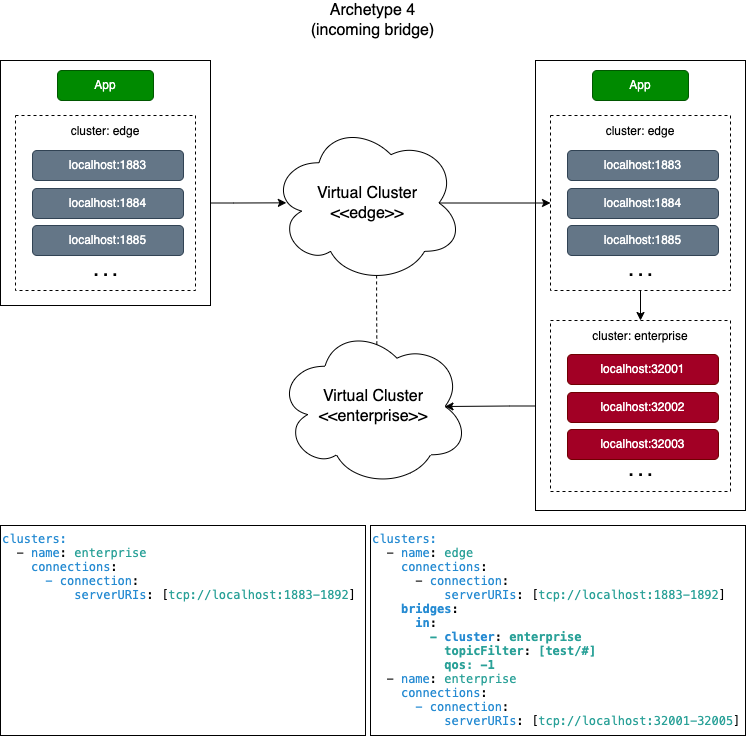
Before: images/mqtt-archetype4.drawio.png, a diagram exported from draw.io (padogrid/bundle-mosquitto-tutorial-virtual-clusters). Source tidied: cells renumbered, new cells last; positions are measured from the earlier drawing's top-left corner, leaving out a move shared by most shapes.
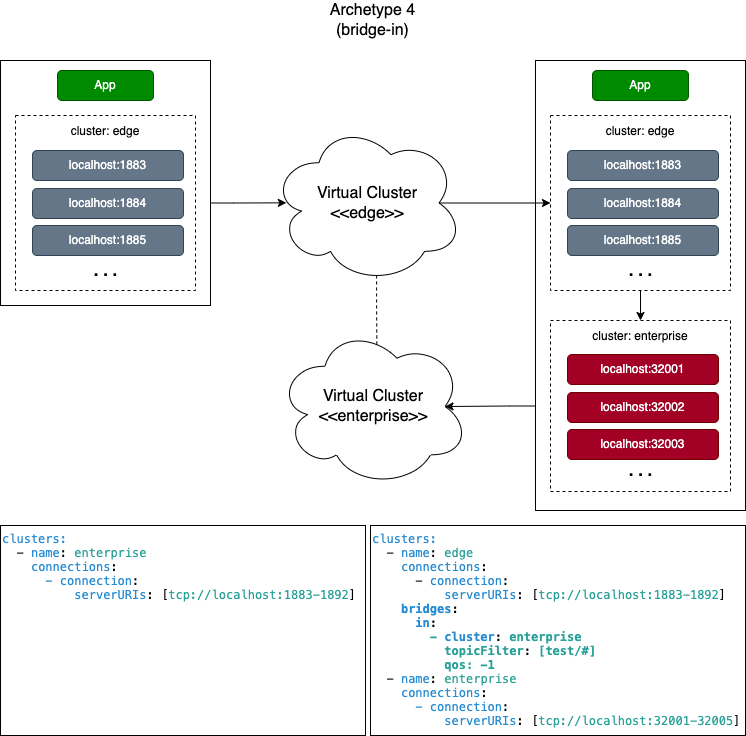
After the commit.

Diff of the diagram source:
```diff
@@ -2,7 +2,7 @@
   <root>
     <mxCell id="0" />
     <mxCell id="1" parent="0" />
-    <mxCell id="2" value="Archetype 4&lt;br&gt;(incoming bridge)" style="text;html=1;strokeColor=none;fillColor=none;align=center;verticalAlign=middle;whiteSpace=wrap;rounded=0;fontSize=16;fontColor=#000000;" parent="1" vertex="1">
+    <mxCell id="2" value="Archetype 4&lt;br&gt;(bridge-in)" style="text;html=1;strokeColor=none;fillColor=none;align=center;verticalAlign=middle;whiteSpace=wrap;rounded=0;fontSize=16;fontColor=#000000;" parent="1" vertex="1">
       <mxGeometry x="150" width="445" height="40" as="geometry" />
     </mxCell>
     <mxCell id="3" value="&lt;p style=&quot;margin: 0px; font-variant-numeric: normal; font-variant-east-asian: normal; font-stretch: normal; line-height: normal; font-family: Menlo; color: rgb(38, 139, 210);&quot; class=&quot;p1&quot;&gt;&lt;font style=&quot;font-size: 12px;&quot;&gt;clusters:&lt;/font&gt;&lt;/p&gt;&lt;p style=&quot;margin: 0px; font-variant-numeric: normal; font-variant-east-asian: normal; font-stretch: normal; line-height: normal; font-family: Menlo;&quot; class=&quot;p2&quot;&gt;&lt;font style=&quot;font-size: 12px;&quot;&gt;&lt;span class=&quot;Apple-converted-space&quot;&gt;&amp;nbsp; &lt;/span&gt;- &lt;span style=&quot;color: rgb(38, 139, 210);&quot; class=&quot;s2&quot;&gt;name&lt;/span&gt;: &lt;span style=&quot;color: rgb(42, 161, 152);&quot; class=&quot;s3&quot;&gt;edge&lt;/span&gt;&lt;/font&gt;&lt;/p&gt;&lt;p style=&quot;margin: 0px; font-variant-numeric: normal; font-variant-east-asian: normal; font-stretch: normal; line-height: normal; font-family: Menlo;&quot; class=&quot;p2&quot;&gt;&lt;font style=&quot;font-size: 12px;&quot;&gt;&lt;span style=&quot;color: rgb(42, 161, 152);&quot; class=&quot;s3&quot;&gt;&amp;nbsp; &amp;nbsp;&amp;nbsp;&lt;span style=&quot;color: rgb(38, 139, 210);&quot;&gt;connections&lt;/span&gt;&lt;span style=&quot;border-color: var(--border-color); color: rgb(0, 0, 0);&quot; class=&quot;s1&quot;&gt;:&lt;/span&gt;&lt;br&gt;&lt;/span&gt;&lt;/font&gt;&lt;/p&gt;&lt;p style=&quot;margin: 0px; font-variant-numeric: normal; font-variant-east-asian: normal; font-stretch: normal; line-height: normal; font-family: Menlo; color: rgb(38, 139, 210);&quot; class=&quot;p1&quot;&gt;&lt;font style=&quot;font-size: 12px;&quot;&gt;&lt;span style=&quot;color: rgb(0, 0, 0);&quot; class=&quot;s1&quot;&gt;&amp;nbsp; &amp;nbsp; &amp;nbsp; -&amp;nbsp;&lt;/span&gt;connection&lt;span style=&quot;color: rgb(0, 0, 0);&quot; class=&quot;s1&quot;&gt;:&lt;/span&gt;&lt;/font&gt;&lt;/p&gt;&lt;p style=&quot;margin: 0px; font-variant-numeric: normal; font-variant-east-asian: normal; font-stretch: normal; line-height: normal; font-family: Menlo; color: rgb(42, 161, 152);&quot; class=&quot;p3&quot;&gt;&lt;font style=&quot;font-size: 12px;&quot;&gt;&lt;span style=&quot;color: rgb(0, 0, 0);&quot; class=&quot;s1&quot;&gt;&amp;nbsp; &amp;nbsp; &amp;nbsp; &amp;nbsp; &amp;nbsp;&amp;nbsp;&lt;/span&gt;&lt;span style=&quot;color: rgb(38, 139, 210);&quot; class=&quot;s2&quot;&gt;serverURIs&lt;/span&gt;&lt;span style=&quot;color: rgb(0, 0, 0);&quot; class=&quot;s1&quot;&gt;: [&lt;/span&gt;tcp://localhost:1883-1892&lt;span style=&quot;color: rgb(0, 0, 0);&quot; class=&quot;s1&quot;&gt;]&lt;/span&gt;&lt;/font&gt;&lt;/p&gt;&lt;p style=&quot;margin: 0px; font-variant-numeric: normal; font-variant-east-asian: normal; font-stretch: normal; line-height: normal; font-family: Menlo; color: rgb(42, 161, 152);&quot; class=&quot;p3&quot;&gt;&lt;span style=&quot;color: rgb(0, 0, 0); background-color: initial;&quot;&gt;&amp;nbsp; &amp;nbsp; &lt;/span&gt;&lt;b&gt;&lt;span style=&quot;background-color: initial; border-color: var(--border-color); color: rgb(38, 139, 210);&quot; class=&quot;s2&quot;&gt;bridges&lt;/span&gt;&lt;span style=&quot;color: rgb(0, 0, 0); background-color: initial; border-color: var(--border-color);&quot; class=&quot;s1&quot;&gt;:&lt;/span&gt;&lt;br&gt;&lt;/b&gt;&lt;/p&gt;&lt;p style=&quot;margin: 0px; font-variant-numeric: normal; font-variant-east-asian: normal; font-stretch: normal; line-height: normal; font-family: Menlo; color: rgb(42, 161, 152);&quot; class=&quot;p3&quot;&gt;&lt;b&gt;&lt;span style=&quot;color: rgb(0, 0, 0); background-color: initial; border-color: var(--border-color);&quot; class=&quot;s1&quot;&gt;&lt;/span&gt;&lt;/b&gt;&lt;/p&gt;&lt;p style=&quot;border-color: var(--border-color); font-variant-numeric: normal; font-variant-east-asian: normal; font-stretch: normal; line-height: normal; font-family: Menlo; margin: 0px; color: rgb(42, 161, 152);&quot; class=&quot;p3&quot;&gt;&lt;font style=&quot;border-color: var(--border-color);&quot;&gt;&lt;b&gt;&amp;nbsp; &amp;nbsp; &amp;nbsp;&amp;nbsp;&lt;span style=&quot;border-color: var(--border-color); color: rgb(38, 139, 210);&quot; class=&quot;s2&quot;&gt;in&lt;/span&gt;&lt;span style=&quot;border-color: var(--border-color); color: rgb(0, 0, 0);&quot; class=&quot;s1&quot;&gt;:&lt;/span&gt;&lt;/b&gt;&lt;/font&gt;&lt;/p&gt;&lt;p style=&quot;border-color: var(--border-color); font-variant-numeric: normal; font-variant-east-asian: normal; font-stretch: normal; line-height: normal; font-family: Menlo; margin: 0px; color: rgb(42, 161, 152);&quot; class=&quot;p3&quot;&gt;&lt;font style=&quot;border-color: var(--border-color);&quot;&gt;&lt;b&gt;&lt;span style=&quot;border-color: var(--border-color); color: rgb(0, 0, 0);&quot; class=&quot;s1&quot;&gt;&lt;/span&gt;&lt;/b&gt;&lt;/font&gt;&lt;/p&gt;&lt;p style=&quot;border-color: var(--border-color); font-variant-numeric: normal; font-variant-east-asian: normal; font-stretch: normal; line-height: normal; font-family: Menlo; margin: 0px; color: rgb(42, 161, 152);&quot; class=&quot;p3&quot;&gt;&lt;font style=&quot;border-color: var(--border-color);&quot;&gt;&lt;b&gt;&amp;nbsp; &amp;nbsp; &amp;nbsp; &amp;nbsp; -&amp;nbsp;&lt;span style=&quot;border-color: var(--border-color); color: rgb(38, 139, 210);&quot; class=&quot;s2&quot;&gt;cluster&lt;/span&gt;&lt;span style=&quot;border-color: var(--border-color); color: rgb(0, 0, 0);&quot; class=&quot;s1&quot;&gt;: &lt;/span&gt;enterprise&lt;/b&gt;&lt;/font&gt;&lt;/p&gt;&lt;p style=&quot;border-color: var(--border-color); font-variant-numeric: normal; font-variant-east-asian: normal; font-stretch: normal; line-height: normal; font-family: Menlo; margin: 0px; color: rgb(42, 161, 152);&quot; class=&quot;p3&quot;&gt;&lt;b&gt;&lt;font style=&quot;border-color: var(--border-color);&quot;&gt;&lt;/font&gt;&lt;/b&gt;&lt;/p&gt;&lt;p style=&quot;border-color: var(--border-color); font-variant-numeric: normal; font-variant-east-asian: normal; font-stretch: normal; line-height: normal; font-family: Menlo; margin: 0px; color: rgb(42, 161, 152);&quot; class=&quot;p3&quot;&gt;&lt;font style=&quot;border-color: var(--border-color);&quot;&gt;&lt;b&gt;&amp;nbsp; &amp;nbsp; &amp;nbsp; &amp;nbsp; &amp;nbsp; topicFilter&lt;span style=&quot;border-color: var(--border-color); color: rgb(0, 0, 0);&quot; class=&quot;s1&quot;&gt;:&amp;nbsp;&lt;/span&gt;[test/#]&lt;/b&gt;&lt;/font&gt;&lt;/p&gt;&lt;p style=&quot;border-color: var(--border-color); font-variant-numeric: normal; font-variant-east-asian: normal; font-stretch: normal; line-height: normal; font-family: Menlo; margin: 0px; color: rgb(42, 161, 152);&quot; class=&quot;p3&quot;&gt;&lt;b&gt;&lt;font style=&quot;border-color: var(--border-color);&quot;&gt;&lt;/font&gt;&lt;/b&gt;&lt;/p&gt;&lt;p style=&quot;border-color: var(--border-color); font-variant-numeric: normal; font-variant-east-asian: normal; font-stretch: normal; line-height: normal; font-family: Menlo; margin: 0px; color: rgb(42, 161, 152);&quot; class=&quot;p3&quot;&gt;&lt;font style=&quot;border-color: var(--border-color);&quot;&gt;&lt;b&gt;&amp;nbsp; &amp;nbsp; &amp;nbsp; &amp;nbsp; &amp;nbsp; qos: -1&lt;/b&gt;&lt;/font&gt;&lt;/p&gt;&lt;p style=&quot;border-color: var(--border-color); font-variant-numeric: normal; font-variant-east-asian: normal; font-stretch: normal; line-height: normal; font-family: Menlo; margin: 0px; color: rgb(42, 161, 152);&quot; class=&quot;p3&quot;&gt;&lt;font style=&quot;border-color: var(--border-color);&quot;&gt;&lt;/font&gt;&lt;/p&gt;&lt;p style=&quot;border-color: var(--border-color); font-variant-numeric: normal; font-variant-east-asian: normal; font-stretch: normal; line-height: normal; font-family: Menlo; margin: 0px;&quot; class=&quot;p2&quot;&gt;&lt;font style=&quot;border-color: var(--border-color);&quot;&gt;&amp;nbsp;&amp;nbsp;-&amp;nbsp;&lt;span style=&quot;border-color: var(--border-color); color: rgb(38, 139, 210);&quot; class=&quot;s2&quot;&gt;name&lt;/span&gt;:&amp;nbsp;&lt;span style=&quot;border-color: var(--border-color); color: rgb(42, 161, 152);&quot; class=&quot;s3&quot;&gt;enterprise&lt;/span&gt;&lt;/font&gt;&lt;/p&gt;&lt;p style=&quot;border-color: var(--border-color); font-variant-numeric: normal; font-variant-east-asian: normal; font-stretch: normal; line-height: normal; font-family: Menlo; margin: 0px;&quot; class=&quot;p2&quot;&gt;&lt;font style=&quot;border-color: var(--border-color);&quot;&gt;&lt;span style=&quot;border-color: var(--border-color); color: rgb(42, 161, 152);&quot; class=&quot;s3&quot;&gt;&amp;nbsp; &amp;nbsp;&amp;nbsp;&lt;span style=&quot;color: rgb(38, 139, 210);&quot;&gt;connections&lt;/span&gt;&lt;span style=&quot;border-color: var(--border-color); color: rgb(0, 0, 0);&quot; class=&quot;s1&quot;&gt;:&lt;/span&gt;&lt;br&gt;&lt;/span&gt;&lt;/font&gt;&lt;/p&gt;&lt;p style=&quot;border-color: var(--border-color); font-variant-numeric: normal; font-variant-east-asian: normal; font-stretch: normal; line-height: normal; font-family: Menlo; margin: 0px;&quot; class=&quot;p2&quot;&gt;&lt;font style=&quot;border-color: var(--border-color);&quot;&gt;&lt;span style=&quot;border-color: var(--border-color); color: rgb(42, 161, 152);&quot; class=&quot;s3&quot;&gt;&lt;/span&gt;&lt;/font&gt;&lt;/p&gt;&lt;p style=&quot;border-color: var(--border-color); font-variant-numeric: normal; font-variant-east-asian: normal; font-stretch: normal; line-height: normal; font-family: Menlo; margin: 0px; color: rgb(38, 139, 210);&quot; class=&quot;p1&quot;&gt;&lt;font style=&quot;border-color: var(--border-color);&quot;&gt;&amp;nbsp; &amp;nbsp; &amp;nbsp; - connection&lt;span style=&quot;border-color: var(--border-color); color: rgb(0, 0, 0);&quot; class=&quot;s1&quot;&gt;:&lt;/span&gt;&lt;/font&gt;&lt;/p&gt;&lt;p style=&quot;border-color: var(--border-color); font-variant-numeric: normal; font-variant-east-asian: normal; font-stretch: normal; line-height: normal; font-family: Menlo; margin: 0px; color: rgb(38, 139, 210);&quot; class=&quot;p1&quot;&gt;&lt;font style=&quot;border-color: var(--border-color);&quot;&gt;&lt;span style=&quot;border-color: var(--border-color); color: rgb(0, 0, 0);&quot; class=&quot;s1&quot;&gt;&lt;/span&gt;&lt;/font&gt;&lt;/p&gt;&lt;p style=&quot;border-color: var(--border-color); font-variant-numeric: normal; font-variant-east-asian: normal; font-stretch: normal; line-height: normal; font-family: Menlo; margin: 0px; color: rgb(42, 161, 152);&quot; class=&quot;p3&quot;&gt;&lt;font style=&quot;border-color: var(--border-color);&quot;&gt;&amp;nbsp; &amp;nbsp; &amp;nbsp; &amp;nbsp; &amp;nbsp;&amp;nbsp;&lt;span style=&quot;border-color: var(--border-color); color: rgb(38, 139, 210);&quot; class=&quot;s2&quot;&gt;serverURIs&lt;/span&gt;&lt;span style=&quot;border-color: var(--border-color); color: rgb(0, 0, 0);&quot; class=&quot;s1&quot;&gt;: [&lt;/span&gt;tcp://localhost:32001-32005&lt;span style=&quot;border-color: var(--border-color); color: rgb(0, 0, 0);&quot; class=&quot;s1&quot;&gt;]&lt;/span&gt;&lt;/font&gt;&lt;/p&gt;" style="text;html=1;strokeColor=default;fillColor=none;align=left;verticalAlign=top;whiteSpace=wrap;rounded=0;fontSize=12;fontColor=#000000;" parent="1" vertex="1">
```
